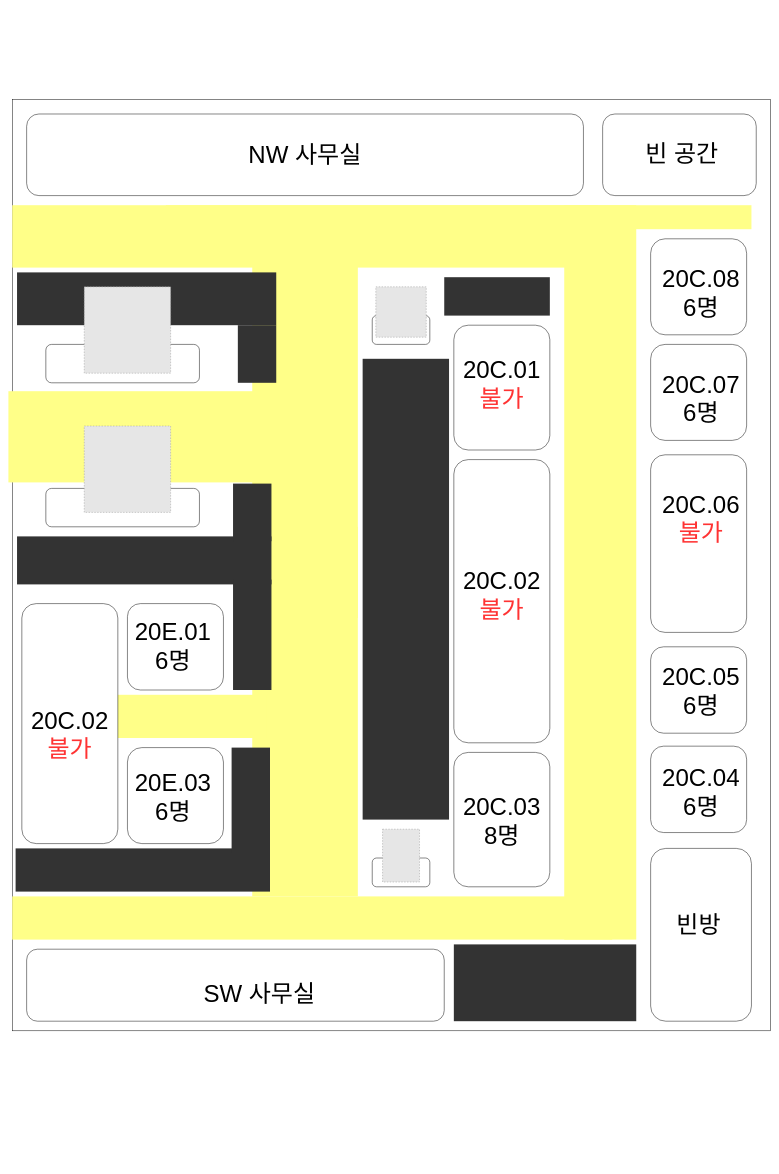
The draw.io diagram Untitled Diagram.drawio in Gummybearr/KTfiles, before the edit. Source tidied: cells renumbered, new cells numbered last; positions are measured from the earlier drawing's top-left corner, leaving out a move shared by most shapes. Both pictures are drawn from the tidied source at 48%, with x=0, y=0 at pixel (8, 99). Pictures stored in the file or linked from it are replaced by grey dashed boxes.
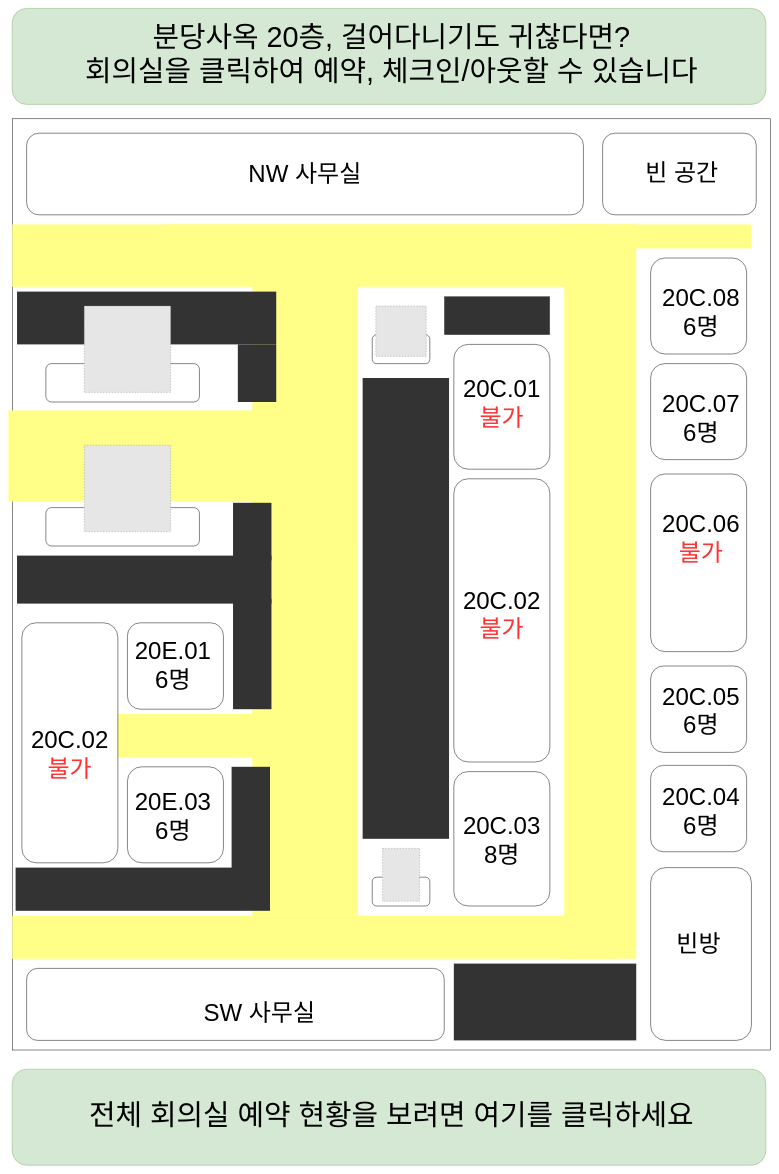
The same diagram, later.

Diff of the diagram source:
```diff
@@
+    <mxCell id="60" style="group;" parent="1" vertex="1">
+      <mxGeometry y="-190" width="1588" height="2410" as="geometry" />
+    </mxCell>
+    <mxCell id="61" style="rounded=1;whiteSpace=wrap;html=1;fillColor=#d5e8d4;strokeColor=#82b366;" parent="60" vertex="1">
+      <mxGeometry x="8" width="1570" height="200" as="geometry" />
+    </mxCell>
+    <mxCell id="62" value="&lt;font style=&quot;font-size: 60px&quot;&gt;분당사옥 20층, 걸어다니기도 귀찮다면?&lt;br&gt;회의실을 클릭하여 예약, 체크인/아웃할 수 있습니다&lt;br&gt;&lt;/font&gt;" style="text;html=1;strokeColor=none;fillColor=none;align=center;verticalAlign=middle;whiteSpace=wrap;rounded=0;" parent="60" vertex="1">
+      <mxGeometry x="18" width="1560" height="190" as="geometry" />
+    </mxCell>
-    <mxCell id="2" style="group;" parent="1" vertex="1">
-      <mxGeometry width="1588" height="1940" as="geometry" />
+    <mxCell id="2" style="group;" parent="60" vertex="1">
+      <mxGeometry y="190" width="1588" height="1940" as="geometry" />
     </mxCell>
     <mxCell id="3" style="rounded=0;whiteSpace=wrap;html=1;" parent="2" vertex="1">
-      <mxGeometry x="8" width="1580" height="1940" as="geometry" />
+      <mxGeometry x="8" y="40" width="1580" height="1940" as="geometry" />
     </mxCell>
     <mxCell id="4" style="rounded=0;whiteSpace=wrap;html=1;fillColor=#ffff88;strokeColor=none;" parent="2" vertex="1">
-      <mxGeometry y="607.5" width="720" height="190" as="geometry" />
+      <mxGeometry y="647.5" width="720" height="190" as="geometry" />
     </mxCell>
     <mxCell id="5" style="rounded=1;whiteSpace=wrap;html=1;" parent="2" vertex="1">
-      <mxGeometry x="38" y="1770" width="870" height="150" as="geometry" />
+      <mxGeometry x="38" y="1810" width="870" height="150" as="geometry" />
     </mxCell>
     <mxCell id="6" value="&lt;font style=&quot;font-size: 50px&quot;&gt;SW 사무실&lt;/font&gt;" style="text;html=1;strokeColor=none;fillColor=none;align=center;verticalAlign=middle;whiteSpace=wrap;rounded=0;" parent="2" vertex="1">
-      <mxGeometry x="343" y="1820" width="360" height="85" as="geometry" />
+      <mxGeometry x="343" y="1860" width="360" height="85" as="geometry" />
     </mxCell>
     <mxCell id="7" style="rounded=1;whiteSpace=wrap;html=1;" parent="2" vertex="1">
-      <mxGeometry x="758" y="1580" width="120" height="60" as="geometry" />
+      <mxGeometry x="758" y="1620" width="120" height="60" as="geometry" />
     </mxCell>
     <mxCell id="8" style="rounded=1;whiteSpace=wrap;html=1;" parent="2" vertex="1">
-      <mxGeometry x="928" y="1360" width="200" height="280" as="geometry" />
+      <mxGeometry x="928" y="1400" width="200" height="280" as="geometry" />
     </mxCell>
     <mxCell id="9" style="rounded=1;whiteSpace=wrap;html=1;" parent="2" vertex="1">
-      <mxGeometry x="928" y="750" width="200" height="590" as="geometry" />
+      <mxGeometry x="928" y="790" width="200" height="590" as="geometry" />
     </mxCell>
     <mxCell id="10" style="rounded=1;whiteSpace=wrap;html=1;" parent="2" vertex="1">
-      <mxGeometry x="1338" y="1140" width="200" height="180" as="geometry" />
+      <mxGeometry x="1338" y="1180" width="200" height="180" as="geometry" />
     </mxCell>
     <mxCell id="11" style="rounded=1;whiteSpace=wrap;html=1;" parent="2" vertex="1">
-      <mxGeometry x="1338" y="740" width="200" height="370" as="geometry" />
+      <mxGeometry x="1338" y="780" width="200" height="370" as="geometry" />
     </mxCell>
     <mxCell id="12" style="rounded=1;whiteSpace=wrap;html=1;" parent="2" vertex="1">
-      <mxGeometry x="928" y="470" width="200" height="260" as="geometry" />
+      <mxGeometry x="928" y="510" width="200" height="260" as="geometry" />
     </mxCell>
     <mxCell id="13" style="rounded=1;whiteSpace=wrap;html=1;" parent="2" vertex="1">
-      <mxGeometry x="1338" y="290" width="200" height="200" as="geometry" />
+      <mxGeometry x="1338" y="330" width="200" height="200" as="geometry" />
     </mxCell>
     <mxCell id="14" style="fillColor=#E6E6E6;strokeColor=#999999;dashed=1;verticalLabelPosition=bottom;labelBackgroundColor=#ffffff;verticalAlign=top;" parent="2" vertex="1">
-      <mxGeometry x="779.5" y="1520" width="77" height="110" as="geometry" />
+      <mxGeometry x="779.5" y="1560" width="77" height="110" as="geometry" />
     </mxCell>
     <mxCell id="15" style="rounded=0;whiteSpace=wrap;html=1;fillColor=#ffff88;strokeColor=none;" parent="2" vertex="1">
-      <mxGeometry x="8" y="1660" width="1250" height="90" as="geometry" />
+      <mxGeometry x="8" y="1700" width="1250" height="90" as="geometry" />
     </mxCell>
     <mxCell id="16" style="rounded=1;whiteSpace=wrap;html=1;" parent="2" vertex="1">
-      <mxGeometry x="78" y="810" width="320" height="80" as="geometry" />
+      <mxGeometry x="78" y="850" width="320" height="80" as="geometry" />
     </mxCell>
     <mxCell id="17" style="rounded=1;whiteSpace=wrap;html=1;" parent="2" vertex="1">
-      <mxGeometry x="78" y="510" width="320" height="80" as="geometry" />
+      <mxGeometry x="78" y="550" width="320" height="80" as="geometry" />
     </mxCell>
     <mxCell id="18" style="fillColor=#E6E6E6;strokeColor=#999999;dashed=1;verticalLabelPosition=bottom;labelBackgroundColor=#ffffff;verticalAlign=top;" parent="2" vertex="1">
-      <mxGeometry x="158" y="680" width="180" height="180" as="geometry" />
+      <mxGeometry x="158" y="720" width="180" height="180" as="geometry" />
     </mxCell>
     <mxCell id="19" style="rounded=0;whiteSpace=wrap;html=1;fillColor=#ffff88;strokeColor=none;" parent="2" vertex="1">
-      <mxGeometry x="508" y="890" width="220" height="770" as="geometry" />
+      <mxGeometry x="508" y="930" width="220" height="770" as="geometry" />
     </mxCell>
     <mxCell id="20" style="rounded=0;whiteSpace=wrap;html=1;fillColor=#ffff88;strokeColor=none;" parent="2" vertex="1">
-      <mxGeometry x="208" y="1240" width="330" height="90" as="geometry" />
+      <mxGeometry x="208" y="1280" width="330" height="90" as="geometry" />
     </mxCell>
     <mxCell id="21" style="rounded=1;whiteSpace=wrap;html=1;" parent="2" vertex="1">
-      <mxGeometry x="38" y="30" width="1160" height="170" as="geometry" />
+      <mxGeometry x="38" y="70" width="1160" height="170" as="geometry" />
     </mxCell>
     <mxCell id="22" value="&lt;font style=&quot;font-size: 50px&quot;&gt;NW 사무실&lt;/font&gt;" style="text;html=1;strokeColor=none;fillColor=none;align=center;verticalAlign=middle;whiteSpace=wrap;rounded=0;" parent="2" vertex="1">
-      <mxGeometry x="438" y="72.5" width="360" height="85" as="geometry" />
+      <mxGeometry x="438" y="112.5" width="360" height="85" as="geometry" />
     </mxCell>
     <mxCell id="23" style="rounded=0;whiteSpace=wrap;html=1;fillColor=#ffff88;strokeColor=none;" parent="2" vertex="1">
-      <mxGeometry x="508" y="310" width="220" height="770" as="geometry" />
+      <mxGeometry x="508" y="350" width="220" height="770" as="geometry" />
     </mxCell>
     <mxCell id="24" style="rounded=0;whiteSpace=wrap;html=1;fillColor=#ffff88;strokeColor=none;" parent="2" vertex="1">
-      <mxGeometry x="8" y="220" width="1220" height="130" as="geometry" />
+      <mxGeometry x="8" y="260" width="1220" height="130" as="geometry" />
     </mxCell>
     <mxCell id="25" style="rounded=0;whiteSpace=wrap;html=1;fillColor=#ffff88;strokeColor=none;" parent="2" vertex="1">
-      <mxGeometry x="1158" y="220" width="150" height="1530" as="geometry" />
+      <mxGeometry x="1158" y="260" width="150" height="1530" as="geometry" />
     </mxCell>
     <mxCell id="26" style="rounded=1;whiteSpace=wrap;html=1;" parent="2" vertex="1">
-      <mxGeometry x="1338" y="1560" width="210" height="360" as="geometry" />
+      <mxGeometry x="1338" y="1600" width="210" height="360" as="geometry" />
     </mxCell>
     <mxCell id="27" value="&lt;span style=&quot;font-size: 50px&quot;&gt;빈방&lt;/span&gt;" style="text;html=1;strokeColor=none;fillColor=none;align=center;verticalAlign=middle;whiteSpace=wrap;rounded=0;" parent="2" vertex="1">
-      <mxGeometry x="1333" y="1675" width="210" height="85" as="geometry" />
+      <mxGeometry x="1333" y="1715" width="210" height="85" as="geometry" />
     </mxCell>
     <mxCell id="28" style="rounded=1;whiteSpace=wrap;html=1;" parent="2" vertex="1">
-      <mxGeometry x="1338" y="510" width="200" height="200" as="geometry" />
+      <mxGeometry x="1338" y="550" width="200" height="200" as="geometry" />
     </mxCell>
     <mxCell id="29" style="rounded=1;whiteSpace=wrap;html=1;" parent="2" vertex="1">
-      <mxGeometry x="1338" y="1347" width="200" height="180" as="geometry" />
+      <mxGeometry x="1338" y="1387" width="200" height="180" as="geometry" />
     </mxCell>
     <mxCell id="30" style="rounded=0;whiteSpace=wrap;html=1;fontColor=#ffffff;fillColor=#333333;strokeColor=none;" parent="2" vertex="1">
-      <mxGeometry x="738" y="540" width="180" height="960" as="geometry" />
+      <mxGeometry x="738" y="580" width="180" height="960" as="geometry" />
     </mxCell>
     <mxCell id="31" style="rounded=0;whiteSpace=wrap;html=1;fontColor=#ffffff;fillColor=#333333;strokeColor=none;" parent="2" vertex="1">
-      <mxGeometry x="908" y="370" width="220" height="80" as="geometry" />
+      <mxGeometry x="908" y="410" width="220" height="80" as="geometry" />
     </mxCell>
     <mxCell id="32" style="rounded=0;whiteSpace=wrap;html=1;fontColor=#ffffff;fillColor=#333333;strokeColor=none;" parent="2" vertex="1">
-      <mxGeometry x="928" y="1760" width="380" height="160" as="geometry" />
+      <mxGeometry x="928" y="1800" width="380" height="160" as="geometry" />
     </mxCell>
     <mxCell id="33" style="rounded=0;whiteSpace=wrap;html=1;fontColor=#ffffff;fillColor=#333333;strokeColor=none;" parent="2" vertex="1">
-      <mxGeometry x="15" y="1560" width="530" height="90" as="geometry" />
+      <mxGeometry x="15" y="1600" width="530" height="90" as="geometry" />
     </mxCell>
     <mxCell id="34" style="rounded=0;whiteSpace=wrap;html=1;fontColor=#ffffff;fillColor=#333333;strokeColor=none;" parent="2" vertex="1">
-      <mxGeometry x="18" y="910" width="530" height="100" as="geometry" />
+      <mxGeometry x="18" y="950" width="530" height="100" as="geometry" />
     </mxCell>
     <mxCell id="35" style="rounded=0;whiteSpace=wrap;html=1;fontColor=#ffffff;fillColor=#333333;strokeColor=none;" parent="2" vertex="1">
-      <mxGeometry x="478" y="470" width="80" height="120" as="geometry" />
+      <mxGeometry x="478" y="510" width="80" height="120" as="geometry" />
     </mxCell>
     <mxCell id="36" style="rounded=0;whiteSpace=wrap;html=1;fontColor=#ffffff;fillColor=#333333;strokeColor=none;" parent="2" vertex="1">
-      <mxGeometry x="468" y="800" width="80" height="120" as="geometry" />
+      <mxGeometry x="468" y="840" width="80" height="120" as="geometry" />
     </mxCell>
     <mxCell id="37" style="rounded=0;whiteSpace=wrap;html=1;fontColor=#ffffff;fillColor=#333333;strokeColor=none;" parent="2" vertex="1">
-      <mxGeometry x="468" y="1000" width="80" height="230" as="geometry" />
+      <mxGeometry x="468" y="1040" width="80" height="230" as="geometry" />
     </mxCell>
     <mxCell id="38" style="rounded=0;whiteSpace=wrap;html=1;fontColor=#ffffff;fillColor=#333333;strokeColor=none;" parent="2" vertex="1">
-      <mxGeometry x="465" y="1350" width="80" height="220" as="geometry" />
+      <mxGeometry x="465" y="1390" width="80" height="220" as="geometry" />
     </mxCell>
     <mxCell id="39" value="&lt;span style=&quot;font-size: 50px&quot;&gt;20C.04&lt;br&gt;6명&lt;br&gt;&lt;/span&gt;" style="text;html=1;strokeColor=none;fillColor=none;align=center;verticalAlign=middle;whiteSpace=wrap;rounded=0;" parent="2" vertex="1">
-      <mxGeometry x="1338" y="1400" width="210" height="85" as="geometry" />
+      <mxGeometry x="1338" y="1440" width="210" height="85" as="geometry" />
     </mxCell>
     <mxCell id="40" value="&lt;span style=&quot;font-size: 50px&quot;&gt;20C.03&lt;br&gt;8명&lt;br&gt;&lt;/span&gt;" style="text;html=1;strokeColor=none;fillColor=none;align=center;verticalAlign=middle;whiteSpace=wrap;rounded=0;" parent="2" vertex="1">
-      <mxGeometry x="923" y="1460" width="210" height="85" as="geometry" />
+      <mxGeometry x="923" y="1500" width="210" height="85" as="geometry" />
     </mxCell>
     <mxCell id="41" value="&lt;span style=&quot;font-size: 50px&quot;&gt;20C.02&lt;br&gt;&lt;font color=&quot;#ff3333&quot;&gt;불가&lt;/font&gt;&lt;br&gt;&lt;/span&gt;" style="text;html=1;strokeColor=none;fillColor=none;align=center;verticalAlign=middle;whiteSpace=wrap;rounded=0;" parent="2" vertex="1">
-      <mxGeometry x="923" y="990" width="210" height="85" as="geometry" />
+      <mxGeometry x="923" y="1030" width="210" height="85" as="geometry" />
     </mxCell>
     <mxCell id="42" value="&lt;span style=&quot;font-size: 50px&quot;&gt;20C.01&lt;br&gt;&lt;font color=&quot;#ff3333&quot;&gt;불가&lt;/font&gt;&lt;br&gt;&lt;/span&gt;" style="text;html=1;strokeColor=none;fillColor=none;align=center;verticalAlign=middle;whiteSpace=wrap;rounded=0;" parent="2" vertex="1">
-      <mxGeometry x="923" y="550" width="210" height="85" as="geometry" />
+      <mxGeometry x="923" y="590" width="210" height="85" as="geometry" />
     </mxCell>
     <mxCell id="43" value="&lt;span style=&quot;font-size: 50px&quot;&gt;20C.05&lt;br&gt;6명&lt;br&gt;&lt;/span&gt;" style="text;html=1;strokeColor=none;fillColor=none;align=center;verticalAlign=middle;whiteSpace=wrap;rounded=0;" parent="2" vertex="1">
-      <mxGeometry x="1338" y="1190" width="210" height="85" as="geometry" />
+      <mxGeometry x="1338" y="1230" width="210" height="85" as="geometry" />
     </mxCell>
     <mxCell id="44" value="&lt;span style=&quot;font-size: 50px&quot;&gt;20C.06&lt;br&gt;&lt;font color=&quot;#ff3333&quot;&gt;불가&lt;/font&gt;&lt;br&gt;&lt;/span&gt;" style="text;html=1;strokeColor=none;fillColor=none;align=center;verticalAlign=middle;whiteSpace=wrap;rounded=0;" parent="2" vertex="1">
-      <mxGeometry x="1338" y="830" width="210" height="85" as="geometry" />
+      <mxGeometry x="1338" y="870" width="210" height="85" as="geometry" />
     </mxCell>
     <mxCell id="45" value="&lt;span style=&quot;font-size: 50px&quot;&gt;20C.07&lt;br&gt;6명&lt;br&gt;&lt;/span&gt;" style="text;html=1;strokeColor=none;fillColor=none;align=center;verticalAlign=middle;whiteSpace=wrap;rounded=0;" parent="2" vertex="1">
-      <mxGeometry x="1338" y="580" width="210" height="85" as="geometry" />
+      <mxGeometry x="1338" y="620" width="210" height="85" as="geometry" />
     </mxCell>
     <mxCell id="46" value="&lt;span style=&quot;font-size: 50px&quot;&gt;20C.08&lt;br&gt;6명&lt;br&gt;&lt;/span&gt;" style="text;html=1;strokeColor=none;fillColor=none;align=center;verticalAlign=middle;whiteSpace=wrap;rounded=0;" parent="2" vertex="1">
-      <mxGeometry x="1338" y="360" width="210" height="85" as="geometry" />
+      <mxGeometry x="1338" y="400" width="210" height="85" as="geometry" />
     </mxCell>
     <mxCell id="47" style="rounded=1;whiteSpace=wrap;html=1;" parent="2" vertex="1">
-      <mxGeometry x="28" y="1050" width="200" height="500" as="geometry" />
+      <mxGeometry x="28" y="1090" width="200" height="500" as="geometry" />
     </mxCell>
     <mxCell id="48" style="rounded=1;whiteSpace=wrap;html=1;" parent="2" vertex="1">
-      <mxGeometry x="248" y="1050" width="200" height="180" as="geometry" />
+      <mxGeometry x="248" y="1090" width="200" height="180" as="geometry" />
     </mxCell>
     <mxCell id="49" style="rounded=1;whiteSpace=wrap;html=1;" parent="2" vertex="1">
-      <mxGeometry x="248" y="1350" width="200" height="200" as="geometry" />
+      <mxGeometry x="248" y="1390" width="200" height="200" as="geometry" />
     </mxCell>
     <mxCell id="50" value="&lt;span style=&quot;font-size: 50px&quot;&gt;20C.02&lt;br&gt;&lt;font color=&quot;#ff3333&quot;&gt;불가&lt;/font&gt;&lt;br&gt;&lt;/span&gt;" style="text;html=1;strokeColor=none;fillColor=none;align=center;verticalAlign=middle;whiteSpace=wrap;rounded=0;" parent="2" vertex="1">
-      <mxGeometry x="23" y="1280" width="210" height="85" as="geometry" />
+      <mxGeometry x="23" y="1320" width="210" height="85" as="geometry" />
     </mxCell>
     <mxCell id="51" value="&lt;span style=&quot;font-size: 50px&quot;&gt;20E.01&lt;br&gt;6명&lt;br&gt;&lt;/span&gt;" style="text;html=1;strokeColor=none;fillColor=none;align=center;verticalAlign=middle;whiteSpace=wrap;rounded=0;" parent="2" vertex="1">
-      <mxGeometry x="238" y="1095" width="210" height="85" as="geometry" />
+      <mxGeometry x="238" y="1135" width="210" height="85" as="geometry" />
     </mxCell>
     <mxCell id="52" value="&lt;span style=&quot;font-size: 50px&quot;&gt;20E.03&lt;br&gt;6명&lt;br&gt;&lt;/span&gt;" style="text;html=1;strokeColor=none;fillColor=none;align=center;verticalAlign=middle;whiteSpace=wrap;rounded=0;" parent="2" vertex="1">
-      <mxGeometry x="238" y="1410" width="210" height="85" as="geometry" />
+      <mxGeometry x="238" y="1450" width="210" height="85" as="geometry" />
     </mxCell>
     <mxCell id="53" style="rounded=0;whiteSpace=wrap;html=1;fontColor=#ffffff;fillColor=#333333;strokeColor=none;" parent="2" vertex="1">
-      <mxGeometry x="18" y="360" width="540" height="110" as="geometry" />
+      <mxGeometry x="18" y="400" width="540" height="110" as="geometry" />
     </mxCell>
     <mxCell id="54" style="rounded=1;whiteSpace=wrap;html=1;" parent="2" vertex="1">
-      <mxGeometry x="758" y="450" width="120" height="60" as="geometry" />
+      <mxGeometry x="758" y="490" width="120" height="60" as="geometry" />
     </mxCell>
     <mxCell id="55" style="fillColor=#E6E6E6;strokeColor=#999999;dashed=1;verticalLabelPosition=bottom;labelBackgroundColor=#ffffff;verticalAlign=top;" parent="2" vertex="1">
-      <mxGeometry x="765.5" y="390" width="105" height="105" as="geometry" />
+      <mxGeometry x="765.5" y="430" width="105" height="105" as="geometry" />
     </mxCell>
     <mxCell id="56" style="rounded=1;whiteSpace=wrap;html=1;" parent="2" vertex="1">
-      <mxGeometry x="1238" y="30" width="320" height="170" as="geometry" />
+      <mxGeometry x="1238" y="70" width="320" height="170" as="geometry" />
     </mxCell>
     <mxCell id="57" value="&lt;span style=&quot;font-size: 50px&quot;&gt;빈 공간&lt;/span&gt;" style="text;html=1;strokeColor=none;fillColor=none;align=center;verticalAlign=middle;whiteSpace=wrap;rounded=0;" parent="2" vertex="1">
-      <mxGeometry x="1298" y="70" width="210" height="85" as="geometry" />
+      <mxGeometry x="1298" y="110" width="210" height="85" as="geometry" />
     </mxCell>
     <mxCell id="58" style="rounded=0;whiteSpace=wrap;html=1;fillColor=#ffff88;strokeColor=none;" parent="2" vertex="1">
-      <mxGeometry x="328" y="220" width="1220" height="50" as="geometry" />
+      <mxGeometry x="328" y="260" width="1220" height="50" as="geometry" />
     </mxCell>
     <mxCell id="59" style="fillColor=#E6E6E6;strokeColor=#999999;dashed=1;verticalLabelPosition=bottom;labelBackgroundColor=#ffffff;verticalAlign=top;" parent="2" vertex="1">
-      <mxGeometry x="158" y="390" width="180" height="180" as="geometry" />
+      <mxGeometry x="158" y="430" width="180" height="180" as="geometry" />
     </mxCell>
+    <mxCell id="63" style="rounded=1;whiteSpace=wrap;html=1;fillColor=#d5e8d4;strokeColor=#82b366;" parent="60" vertex="1">
+      <mxGeometry x="8" y="2210" width="1570" height="200" as="geometry" />
+    </mxCell>
+    <mxCell id="64" value="&lt;font style=&quot;font-size: 60px&quot;&gt;전체 회의실 예약 현황을 보려면 여기를 클릭하세요&lt;br&gt;&lt;/font&gt;" style="text;html=1;strokeColor=none;fillColor=none;align=center;verticalAlign=middle;whiteSpace=wrap;rounded=0;" parent="60" vertex="1">
+      <mxGeometry x="18" y="2210" width="1560" height="190" as="geometry" />
+    </mxCell>
```
